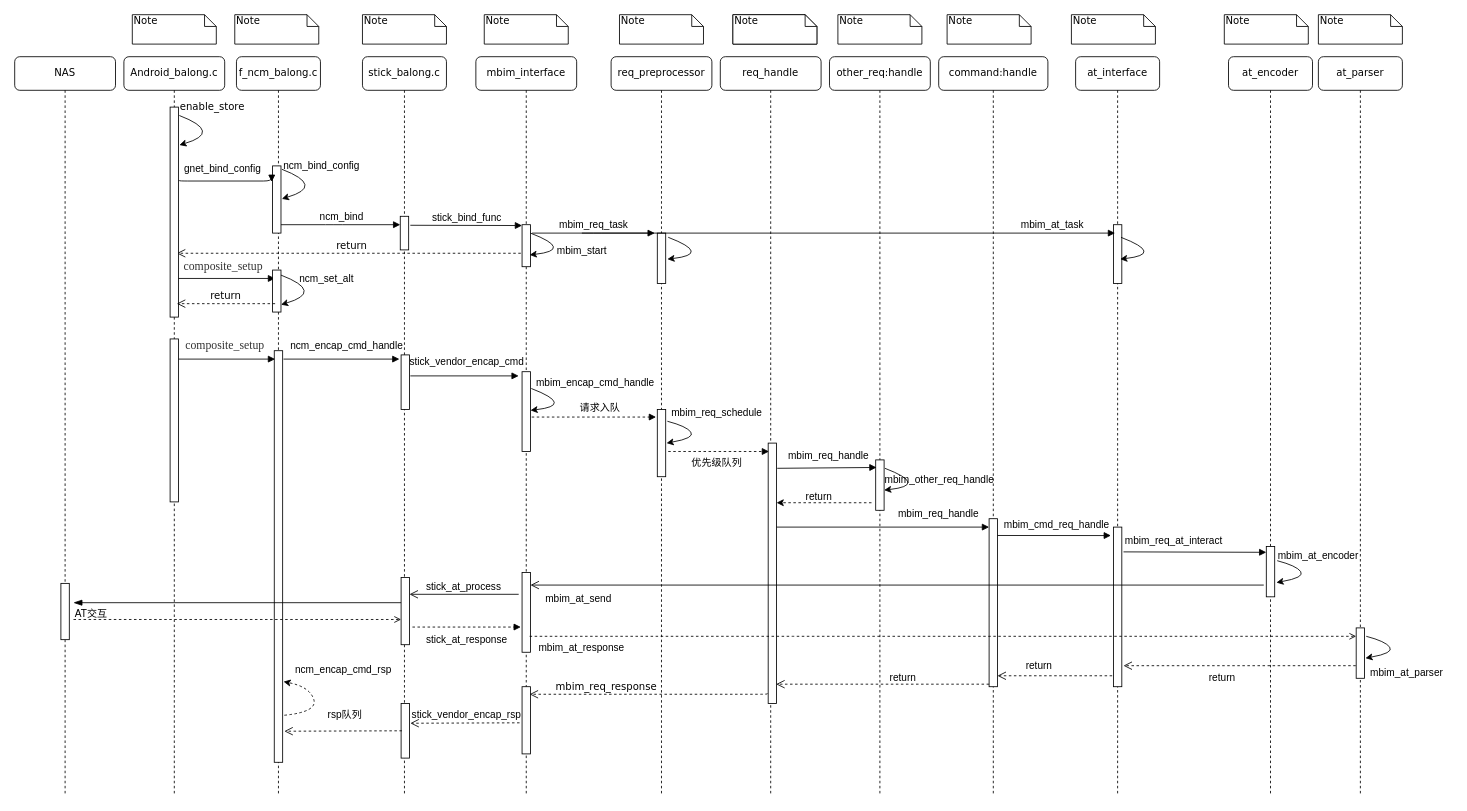
liuhongkang/paper keeps this draw.io diagram as MBIM.drawio. Above is the earlier version. Source tidied: cells renumbered, new cells numbered last; positions are measured from the earlier drawing's top-left corner, leaving out a move shared by most shapes. Both pictures are drawn from the tidied source at 84%, with x=0, y=0 at pixel (14, 14).
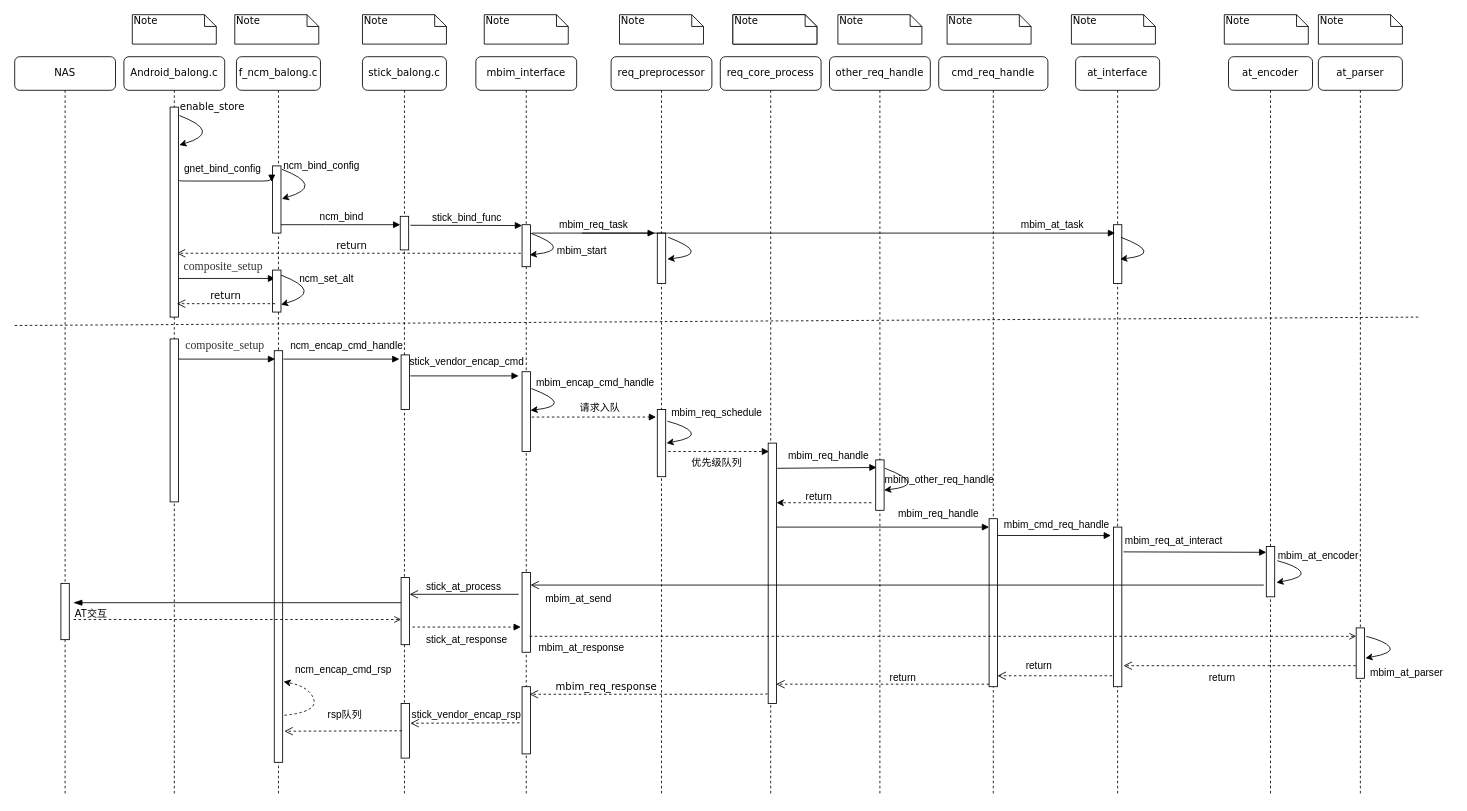
Above is the later version.

Diff of the diagram source:
```diff
@@
-    <mxCell id="20" value="req_handle" style="shape=umlLifeline;perimeter=lifelinePerimeter;whiteSpace=wrap;html=1;rounded=1;shadow=0;comic=0;labelBackgroundColor=none;strokeWidth=1;fontFamily=Verdana;fontSize=12;align=center;" parent="1" vertex="1">
+    <mxCell id="20" value="req_core_process" style="shape=umlLifeline;perimeter=lifelinePerimeter;whiteSpace=wrap;html=1;rounded=1;shadow=0;comic=0;labelBackgroundColor=none;strokeWidth=1;fontFamily=Verdana;fontSize=12;align=center;" parent="1" vertex="1">
       <mxGeometry x="840" y="50" width="120" height="880" as="geometry" />
     </mxCell>
-    <mxCell id="21" value="&lt;span style=&quot;font-family: &amp;#34;verdana&amp;#34;&quot;&gt;other_req:handle&lt;/span&gt;" style="shape=umlLifeline;perimeter=lifelinePerimeter;whiteSpace=wrap;html=1;rounded=1;shadow=0;comic=0;labelBackgroundColor=none;strokeWidth=1;fontFamily=Verdana;fontSize=12;align=center;" parent="1" vertex="1">
+    <mxCell id="21" value="&lt;span style=&quot;font-family: &amp;#34;verdana&amp;#34;&quot;&gt;other_req_handle&lt;/span&gt;" style="shape=umlLifeline;perimeter=lifelinePerimeter;whiteSpace=wrap;html=1;rounded=1;shadow=0;comic=0;labelBackgroundColor=none;strokeWidth=1;fontFamily=Verdana;fontSize=12;align=center;" parent="1" vertex="1">
       <mxGeometry x="970" y="50" width="120" height="880" as="geometry" />
     </mxCell>
@@
-    <mxCell id="38" value="&lt;span&gt;command:handle&lt;/span&gt;" style="shape=umlLifeline;perimeter=lifelinePerimeter;whiteSpace=wrap;html=1;rounded=1;shadow=0;comic=0;labelBackgroundColor=none;strokeWidth=1;fontFamily=Verdana;fontSize=12;align=center;" parent="1" vertex="1">
+    <mxCell id="38" value="&lt;span&gt;cmd_req_handle&lt;/span&gt;" style="shape=umlLifeline;perimeter=lifelinePerimeter;whiteSpace=wrap;html=1;rounded=1;shadow=0;comic=0;labelBackgroundColor=none;strokeWidth=1;fontFamily=Verdana;fontSize=12;align=center;" parent="1" vertex="1">
       <mxGeometry x="1100" y="50" width="130" height="880" as="geometry" />
     </mxCell>
@@
+    <mxCell id="125" style="endArrow=none;dashed=1;html=1;fontFamily=Helvetica;" parent="1" edge="1">
+      <mxGeometry relative="1" as="geometry">
+        <mxPoint y="370" as="sourcePoint" />
+        <mxPoint x="1673" y="360" as="targetPoint" />
+      </mxGeometry>
+    </mxCell>
```
